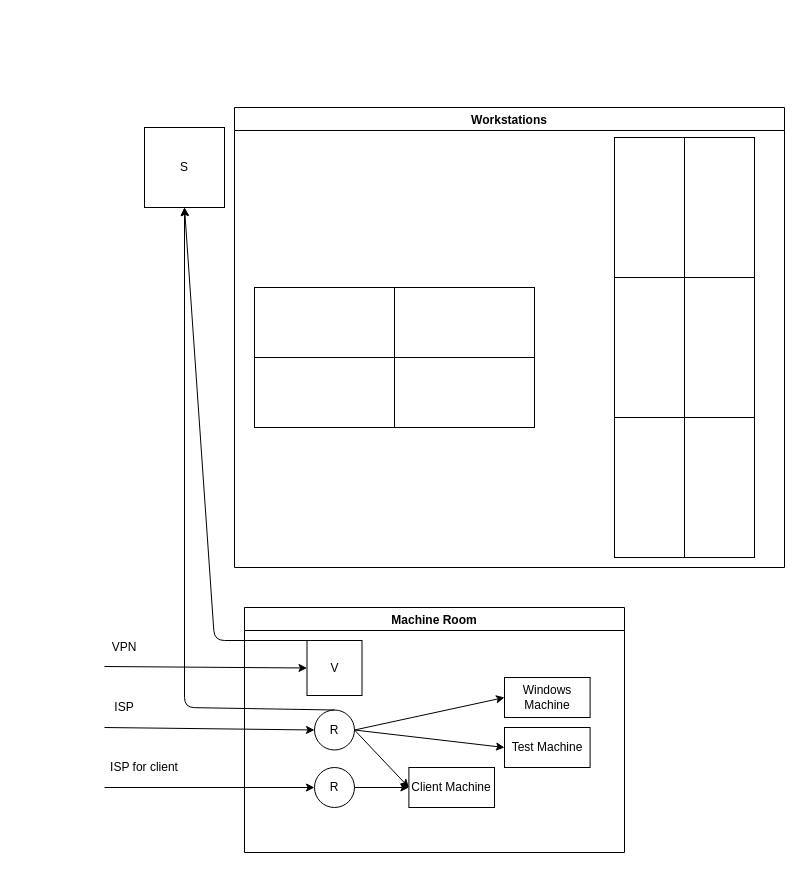
QAlexBall/diagrams keeps this draw.io diagram as new office network overview.drawio. Above is the earlier version. Source tidied: cells renumbered, new cells numbered last; positions are measured from the earlier drawing's top-left corner, leaving out a move shared by most shapes. Both pictures are drawn from the tidied source at 100%, with x=0, y=0 at pixel (104, 107).
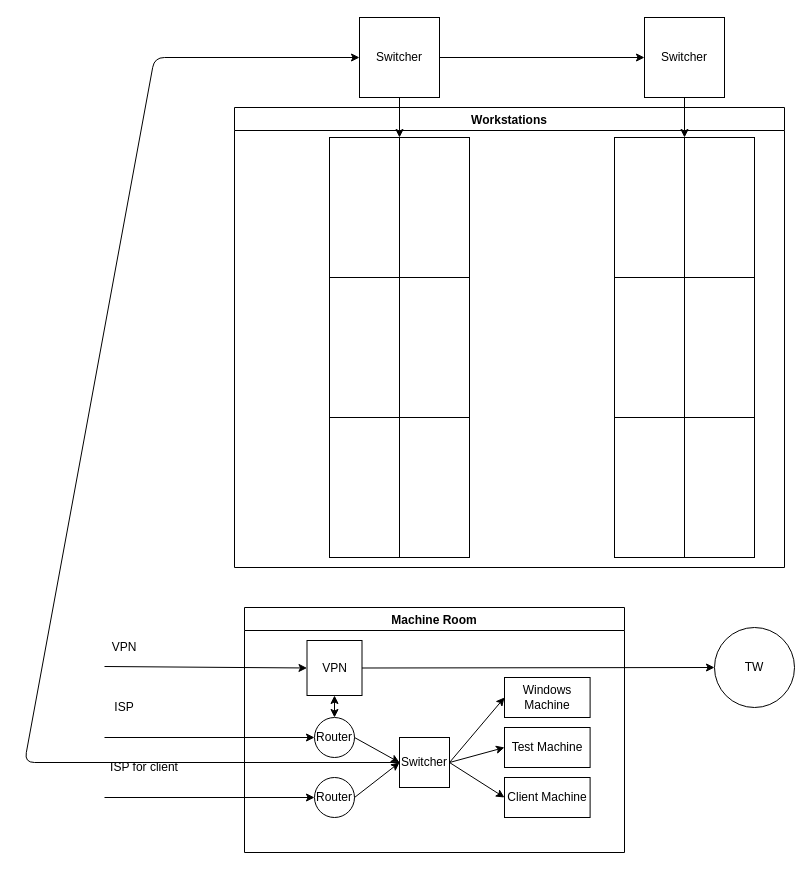
Above is the later version.

Unchanged cells that the change refers to:
```xml
<mxCell id="2" value="Machine Room" style="swimlane;fillColor=#FFFFFF;" parent="1" vertex="1">
  <mxGeometry x="140" y="500" width="380" height="245" as="geometry" />
</mxCell>
<mxCell id="8" value="Windows Machine" style="rounded=0;whiteSpace=wrap;html=1;fillColor=#FFFFFF;" parent="2" vertex="1">
  <mxGeometry x="260" y="70" width="85.6" height="40" as="geometry" />
</mxCell>
<mxCell id="10" value="Test Machine" style="rounded=0;whiteSpace=wrap;html=1;fillColor=#FFFFFF;" parent="2" vertex="1">
  <mxGeometry x="260" y="120" width="85.6" height="40" as="geometry" />
</mxCell>
<mxCell id="21" style="rounded=0;whiteSpace=wrap;html=1;fillColor=#FFFFFF;" parent="1" vertex="1">
  <mxGeometry x="510" y="30" width="70" height="140" as="geometry" />
</mxCell>
<mxCell id="32" value="Workstations" style="swimlane;fillColor=#FFFFFF;startSize=23;" parent="1" vertex="1">
  <mxGeometry x="130" width="550" height="460" as="geometry" />
</mxCell>
```

Diff of the diagram source:
```diff
@@
-    <mxCell id="3" value="R" style="ellipse;whiteSpace=wrap;html=1;fillColor=#FFFFFF;" parent="2" vertex="1">
-      <mxGeometry x="70" y="160" width="40" height="40" as="geometry" />
+    <mxCell id="3" value="Router" style="ellipse;whiteSpace=wrap;html=1;fillColor=#FFFFFF;" parent="2" vertex="1">
+      <mxGeometry x="70" y="170" width="40" height="40" as="geometry" />
     </mxCell>
-    <mxCell id="4" value="R" style="ellipse;whiteSpace=wrap;html=1;fillColor=#FFFFFF;" parent="2" vertex="1">
-      <mxGeometry x="70" y="102.5" width="40" height="40" as="geometry" />
+    <mxCell id="4" value="Router" style="ellipse;whiteSpace=wrap;html=1;fillColor=#FFFFFF;" parent="2" vertex="1">
+      <mxGeometry x="70" y="110" width="40" height="40" as="geometry" />
     </mxCell>
     <mxCell id="5" value="Client Machine" style="rounded=0;whiteSpace=wrap;html=1;fillColor=#FFFFFF;" parent="2" vertex="1">
-      <mxGeometry x="164.4" y="160" width="85.6" height="40" as="geometry" />
+      <mxGeometry x="260" y="170" width="85.6" height="40" as="geometry" />
     </mxCell>
-    <mxCell id="6" style="endArrow=classic;html=1;exitX=1;exitY=0.5;exitDx=0;exitDy=0;entryX=0;entryY=0.5;entryDx=0;entryDy=0;" parent="2" edge="1" source="3" target="5">
-      <mxGeometry relative="1" as="geometry" />
-    </mxCell>
-    <mxCell id="7" style="endArrow=classic;html=1;exitX=1;exitY=0.5;exitDx=0;exitDy=0;entryX=0;entryY=0.5;entryDx=0;entryDy=0;" parent="2" edge="1" source="4" target="5">
-      <mxGeometry relative="1" as="geometry" />
-    </mxCell>
@@
-    <mxCell id="9" style="endArrow=classic;html=1;exitX=1;exitY=0.5;exitDx=0;exitDy=0;entryX=0;entryY=0.5;entryDx=0;entryDy=0;" parent="2" edge="1" source="4" target="8">
-      <mxGeometry relative="1" as="geometry" />
-    </mxCell>
@@
-    <mxCell id="11" style="endArrow=classic;html=1;exitX=1;exitY=0.5;exitDx=0;exitDy=0;entryX=0;entryY=0.5;entryDx=0;entryDy=0;" parent="2" edge="1" source="4" target="10">
-      <mxGeometry relative="1" as="geometry" />
-    </mxCell>
-    <mxCell id="12" value="V" style="whiteSpace=wrap;html=1;fillColor=#FFFFFF;" parent="2" vertex="1">
+    <mxCell id="12" value="VPN" style="whiteSpace=wrap;html=1;fillColor=#FFFFFF;" parent="2" vertex="1">
       <mxGeometry x="62.5" y="33" width="55" height="55" as="geometry" />
     </mxCell>
+    <mxCell id="33" style="endArrow=classic;startArrow=classic;html=1;rounded=0;exitX=0.5;exitY=0;exitDx=0;exitDy=0;entryX=0.5;entryY=1;entryDx=0;entryDy=0;" parent="2" edge="1" source="4" target="12">
+      <mxGeometry relative="1" as="geometry" />
+    </mxCell>
+    <mxCell id="34" value="Switcher" style="whiteSpace=wrap;html=1;fillColor=#FFFFFF;" parent="2" vertex="1">
+      <mxGeometry x="155" y="130" width="50" height="50" as="geometry" />
+    </mxCell>
+    <mxCell id="35" style="endArrow=classic;html=1;rounded=0;exitX=1;exitY=0.5;exitDx=0;exitDy=0;entryX=0;entryY=0.5;entryDx=0;entryDy=0;" parent="2" edge="1" source="4" target="34">
+      <mxGeometry relative="1" as="geometry" />
+    </mxCell>
+    <mxCell id="36" style="endArrow=classic;html=1;rounded=0;exitX=1;exitY=0.5;exitDx=0;exitDy=0;entryX=0;entryY=0.5;entryDx=0;entryDy=0;" parent="2" edge="1" source="3" target="34">
+      <mxGeometry relative="1" as="geometry" />
+    </mxCell>
+    <mxCell id="37" style="endArrow=classic;html=1;rounded=0;exitX=1;exitY=0.5;exitDx=0;exitDy=0;entryX=0;entryY=0.5;entryDx=0;entryDy=0;" parent="2" edge="1" source="34" target="8">
+      <mxGeometry relative="1" as="geometry" />
+    </mxCell>
+    <mxCell id="38" style="endArrow=classic;html=1;rounded=0;exitX=1;exitY=0.5;exitDx=0;exitDy=0;entryX=0;entryY=0.5;entryDx=0;entryDy=0;" parent="2" edge="1" source="34" target="10">
+      <mxGeometry relative="1" as="geometry" />
+    </mxCell>
+    <mxCell id="39" style="endArrow=classic;html=1;rounded=0;exitX=1;exitY=0.5;exitDx=0;exitDy=0;entryX=0;entryY=0.5;entryDx=0;entryDy=0;" parent="2" edge="1" source="34" target="5">
+      <mxGeometry relative="1" as="geometry" />
+    </mxCell>
     <mxCell id="13" style="endArrow=classic;html=1;entryX=0;entryY=0.5;entryDx=0;entryDy=0;" parent="1" edge="1" target="4">
       <mxGeometry relative="1" as="geometry">
-        <mxPoint y="620" as="sourcePoint" />
+        <mxPoint y="630" as="sourcePoint" />
       </mxGeometry>
     </mxCell>
-    <mxCell id="14" style="endArrow=classic;html=1;" parent="1" edge="1">
+    <mxCell id="14" style="endArrow=classic;html=1;entryX=0;entryY=0.5;entryDx=0;entryDy=0;" parent="1" edge="1" target="3">
       <mxGeometry relative="1" as="geometry">
-        <mxPoint y="680" as="sourcePoint" />
-        <mxPoint x="210" y="680" as="targetPoint" />
+        <mxPoint y="690" as="sourcePoint" />
       </mxGeometry>
     </mxCell>
@@
-    <mxCell id="19" value="S" style="whiteSpace=wrap;html=1;fillColor=#FFFFFF;" parent="1" vertex="1">
-      <mxGeometry x="40" y="20" width="80" height="80" as="geometry" />
+    <mxCell id="19" value="Switcher" style="whiteSpace=wrap;html=1;fillColor=#FFFFFF;" parent="1" vertex="1">
+      <mxGeometry x="255" y="-90" width="80" height="80" as="geometry" />
     </mxCell>
-    <mxCell id="20" style="endArrow=classic;html=1;exitX=0.5;exitY=0;exitDx=0;exitDy=0;entryX=0.5;entryY=1;entryDx=0;entryDy=0;" parent="1" edge="1" source="4" target="19">
+    <mxCell id="20" style="endArrow=classic;html=1;exitX=0;exitY=0.5;exitDx=0;exitDy=0;entryX=0;entryY=0.5;entryDx=0;entryDy=0;" parent="1" edge="1" source="34" target="19">
       <mxGeometry relative="1" as="geometry">
         <Array as="points">
-          <mxPoint x="80" y="600" />
+          <mxPoint x="-80" y="655" />
+          <mxPoint x="50" y="-50" />
         </Array>
       </mxGeometry>
     </mxCell>
@@
-    <mxCell id="27" style="rounded=0;whiteSpace=wrap;html=1;fillColor=#FFFFFF;" parent="1" vertex="1">
-      <mxGeometry x="150" y="180" width="140" height="70" as="geometry" />
-    </mxCell>
-    <mxCell id="28" style="rounded=0;whiteSpace=wrap;html=1;fillColor=#FFFFFF;" parent="1" vertex="1">
-      <mxGeometry x="290" y="180" width="140" height="70" as="geometry" />
-    </mxCell>
-    <mxCell id="29" style="rounded=0;whiteSpace=wrap;html=1;fillColor=#FFFFFF;" parent="1" vertex="1">
-      <mxGeometry x="150" y="250" width="140" height="70" as="geometry" />
-    </mxCell>
-    <mxCell id="30" style="rounded=0;whiteSpace=wrap;html=1;fillColor=#FFFFFF;" parent="1" vertex="1">
-      <mxGeometry x="290" y="250" width="140" height="70" as="geometry" />
-    </mxCell>
-    <mxCell id="31" style="endArrow=classic;html=1;entryX=0.5;entryY=1;entryDx=0;entryDy=0;exitX=0;exitY=0;exitDx=0;exitDy=0;" parent="1" edge="1" source="12" target="19">
-      <mxGeometry relative="1" as="geometry">
-        <Array as="points">
-          <mxPoint x="110" y="533" />
-        </Array>
-      </mxGeometry>
-    </mxCell>
+    <mxCell id="40" style="edgeStyle=orthogonalEdgeStyle;rounded=0;orthogonalLoop=1;jettySize=auto;html=1;" parent="1" edge="1">
+      <mxGeometry relative="1" as="geometry">
+        <mxPoint x="210" y="215" as="targetPoint" />
+      </mxGeometry>
+    </mxCell>
@@
+    <mxCell id="41" style="rounded=0;whiteSpace=wrap;html=1;fillColor=#FFFFFF;" parent="32" vertex="1">
+      <mxGeometry x="95" y="30" width="70" height="140" as="geometry" />
+    </mxCell>
+    <mxCell id="42" style="rounded=0;whiteSpace=wrap;html=1;fillColor=#FFFFFF;" parent="32" vertex="1">
+      <mxGeometry x="165" y="30" width="70" height="140" as="geometry" />
+    </mxCell>
+    <mxCell id="43" style="rounded=0;whiteSpace=wrap;html=1;fillColor=#FFFFFF;" parent="32" vertex="1">
+      <mxGeometry x="95" y="170" width="70" height="140" as="geometry" />
+    </mxCell>
+    <mxCell id="44" style="rounded=0;whiteSpace=wrap;html=1;fillColor=#FFFFFF;" parent="32" vertex="1">
+      <mxGeometry x="165" y="170" width="70" height="140" as="geometry" />
+    </mxCell>
+    <mxCell id="45" style="rounded=0;whiteSpace=wrap;html=1;fillColor=#FFFFFF;" parent="32" vertex="1">
+      <mxGeometry x="95" y="310" width="70" height="140" as="geometry" />
+    </mxCell>
+    <mxCell id="46" style="rounded=0;whiteSpace=wrap;html=1;fillColor=#FFFFFF;" parent="32" vertex="1">
+      <mxGeometry x="165" y="310" width="70" height="140" as="geometry" />
+    </mxCell>
+    <mxCell id="47" value="TW" style="ellipse;whiteSpace=wrap;html=1;fillColor=#FFFFFF;" parent="1" vertex="1">
+      <mxGeometry x="610" y="520" width="80" height="80" as="geometry" />
+    </mxCell>
+    <mxCell id="48" style="endArrow=classic;html=1;exitX=1;exitY=0.5;exitDx=0;exitDy=0;entryX=0;entryY=0.5;entryDx=0;entryDy=0;" parent="1" edge="1" source="12" target="47">
+      <mxGeometry relative="1" as="geometry" />
+    </mxCell>
+    <mxCell id="49" style="endArrow=classic;html=1;exitX=0.5;exitY=1;exitDx=0;exitDy=0;entryX=0;entryY=0;entryDx=0;entryDy=0;" parent="1" edge="1" source="19" target="42">
+      <mxGeometry relative="1" as="geometry" />
+    </mxCell>
+    <mxCell id="50" value="Switcher" style="whiteSpace=wrap;html=1;fillColor=#FFFFFF;" parent="1" vertex="1">
+      <mxGeometry x="540" y="-90" width="80" height="80" as="geometry" />
+    </mxCell>
+    <mxCell id="51" style="endArrow=classic;html=1;rounded=0;exitX=0.5;exitY=1;exitDx=0;exitDy=0;entryX=1;entryY=0;entryDx=0;entryDy=0;" parent="1" edge="1" source="50" target="21">
+      <mxGeometry relative="1" as="geometry" />
+    </mxCell>
+    <mxCell id="52" style="endArrow=classic;html=1;rounded=0;exitX=1;exitY=0.5;exitDx=0;exitDy=0;entryX=0;entryY=0.5;entryDx=0;entryDy=0;" parent="1" edge="1" source="19" target="50">
+      <mxGeometry relative="1" as="geometry" />
+    </mxCell>
```
